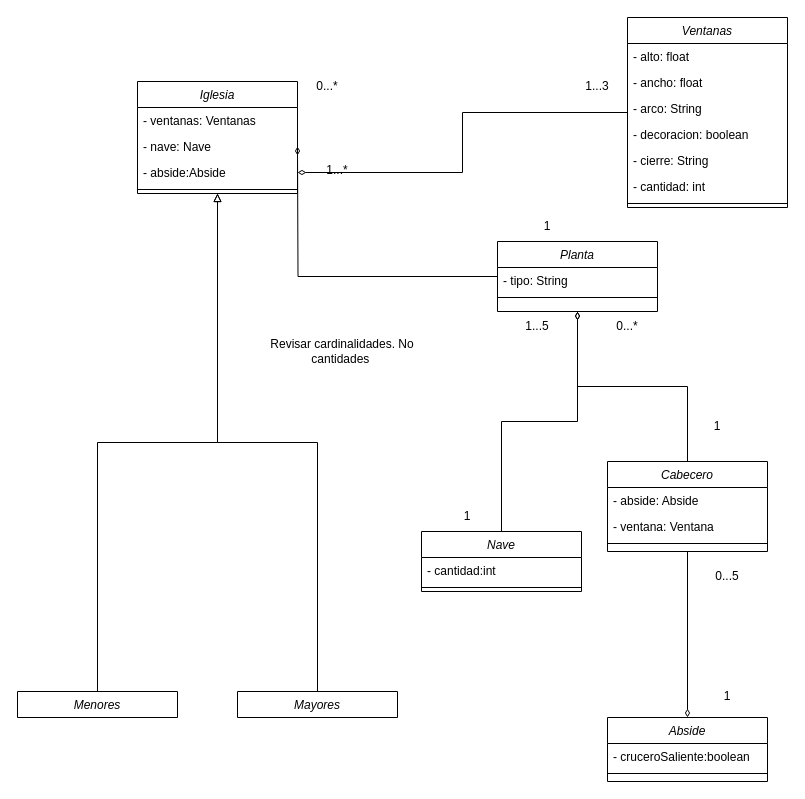
Earlier version of the draw.io diagram Entornos/Tema 05/iglesias.drawio (vjp-rosangelaRC/Netbeans). Source tidied: cells renumbered, new cells numbered last; positions are measured from the earlier drawing's top-left corner, leaving out a move shared by most shapes. Both pictures are drawn from the tidied source at 100%, with x=0, y=0 at pixel (17, 17).
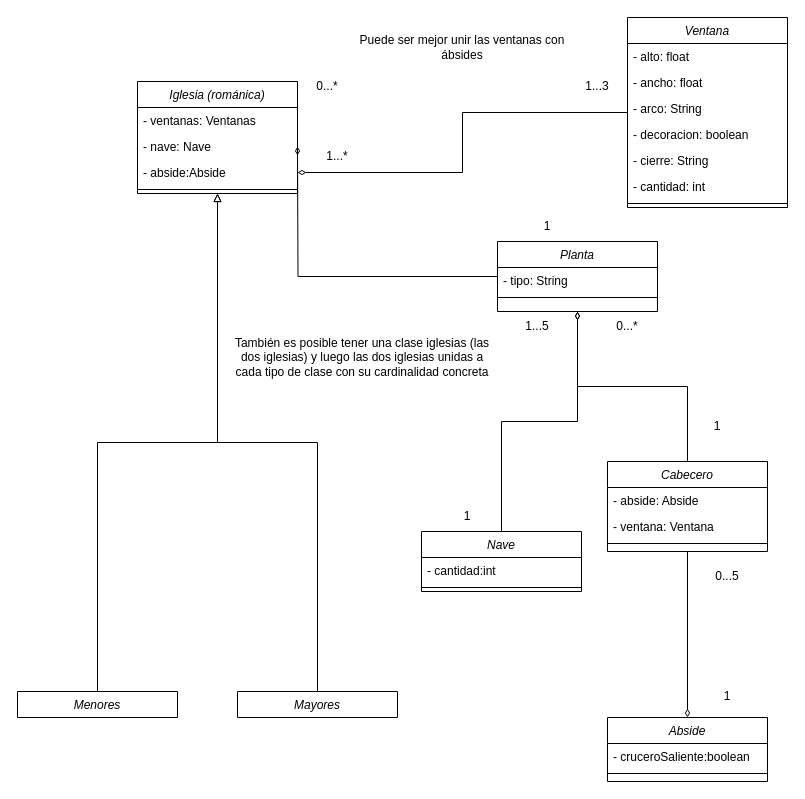
After the change.

Commit message (it also covers changes not shown here):
Comentarios Iglesias

The edit, as a diff of the source:
```diff
@@
-    <mxCell id="2" value="Iglesia" style="swimlane;fontStyle=2;align=center;verticalAlign=top;horizontal=1;startSize=26;rounded=0;shadow=0;strokeWidth=1;" parent="1" vertex="1">
+    <mxCell id="2" value="Iglesia (románica)" style="swimlane;fontStyle=2;align=center;verticalAlign=top;horizontal=1;startSize=26;rounded=0;shadow=0;strokeWidth=1;" parent="1" vertex="1">
       <mxGeometry x="120" y="64" width="160" height="112" as="geometry" />
     </mxCell>
@@
-    <mxCell id="12" value="Ventanas" style="swimlane;fontStyle=2;align=center;verticalAlign=top;horizontal=1;startSize=26;rounded=0;shadow=0;strokeWidth=1;" parent="1" vertex="1">
+    <mxCell id="12" value="Ventana" style="swimlane;fontStyle=2;align=center;verticalAlign=top;horizontal=1;startSize=26;rounded=0;shadow=0;strokeWidth=1;" parent="1" vertex="1">
       <mxGeometry x="610" width="160" height="190" as="geometry" />
     </mxCell>
@@
     <mxCell id="40" value="1...*" style="text;html=1;strokeColor=none;fillColor=none;align=center;verticalAlign=middle;whiteSpace=wrap;rounded=0;" parent="1" vertex="1">
-      <mxGeometry x="290" y="138" width="60" height="30" as="geometry" />
+      <mxGeometry x="290" y="124" width="60" height="30" as="geometry" />
     </mxCell>
@@
-    <mxCell id="47" value="Revisar cardinalidades. No cantidades&amp;nbsp;" style="text;html=1;strokeColor=none;fillColor=none;align=center;verticalAlign=middle;whiteSpace=wrap;rounded=0;" parent="1" vertex="1">
-      <mxGeometry x="220" y="304" width="210" height="60" as="geometry" />
+    <mxCell id="47" value="Puede ser mejor unir las ventanas con ábsides" style="text;html=1;strokeColor=none;fillColor=none;align=center;verticalAlign=middle;whiteSpace=wrap;rounded=0;" parent="1" vertex="1">
+      <mxGeometry x="340" width="210" height="60" as="geometry" />
     </mxCell>
+    <mxCell id="48" value="También es posible tener una clase iglesias (las dos iglesias) y luego las dos iglesias unidas a cada tipo de clase con su cardinalidad concreta" style="text;html=1;strokeColor=none;fillColor=none;align=center;verticalAlign=middle;whiteSpace=wrap;rounded=0;" parent="1" vertex="1">
+      <mxGeometry x="210" y="286" width="270" height="108" as="geometry" />
+    </mxCell>
```
